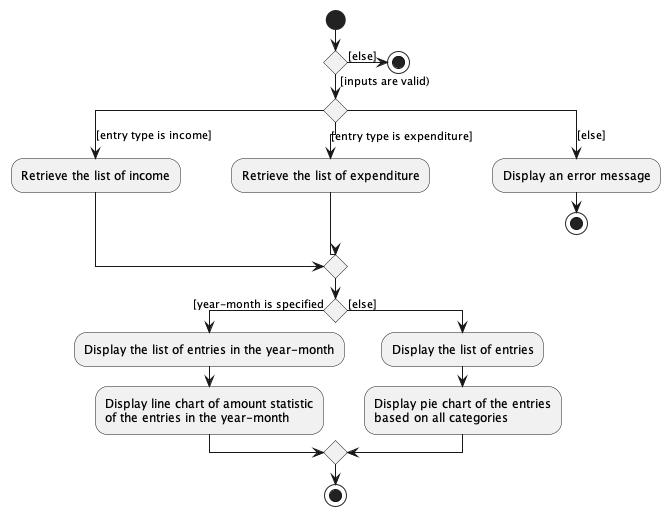
Earlier version of the PlantUML export docs/images/ViewActivityDiagram.png (nus-cs2103-AY2223S1/tp).
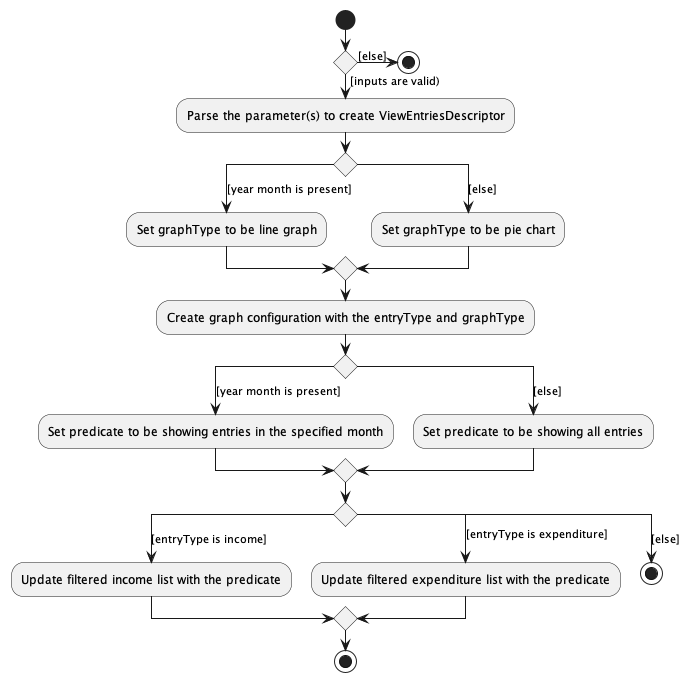
After the commit.

Change to the diagram source:
```diff
@@ -3,23 +3,28 @@
 start
 
 if () then ([inputs are valid))
+    :Parse the parameter(s) to create ViewEntriesDescriptor;
     switch ()
-    case ([entry type is income])
-      :Retrieve the list of income;
-    case ([entry type is expenditure])
-      :Retrieve the list of expenditure;
+    case ([year month is present])
+      :Set graphType to be line graph;
     case ([else])
-      :Display an error message;
+      :Set graphType to be pie chart;
+     endswitch
+    :Create graph configuration with the entryType and graphType;
+    switch ()
+    case ([year month is present])
+      :Set predicate to be showing entries in the specified month;
+    case ([else])
+      :Set predicate to be showing all entries;
+     endswitch
+    switch ()
+    case ([entryType is income])
+      :Update filtered income list with the predicate;
+    case ([entryType is expenditure])
+      :Update filtered expenditure list with the predicate;
+    case ([else])
       stop
     endswitch
-
-    if () then ([year-month is specified)
-        :Display the list of entries in the year-month;
-        :Display line chart of amount statistic\nof the entries in the year-month;
-    else ([else])
-        :Display the list of entries;
-        :Display pie chart of the entries\nbased on all categories;
-    endif
 else ([else])
     stop
 endif
```
